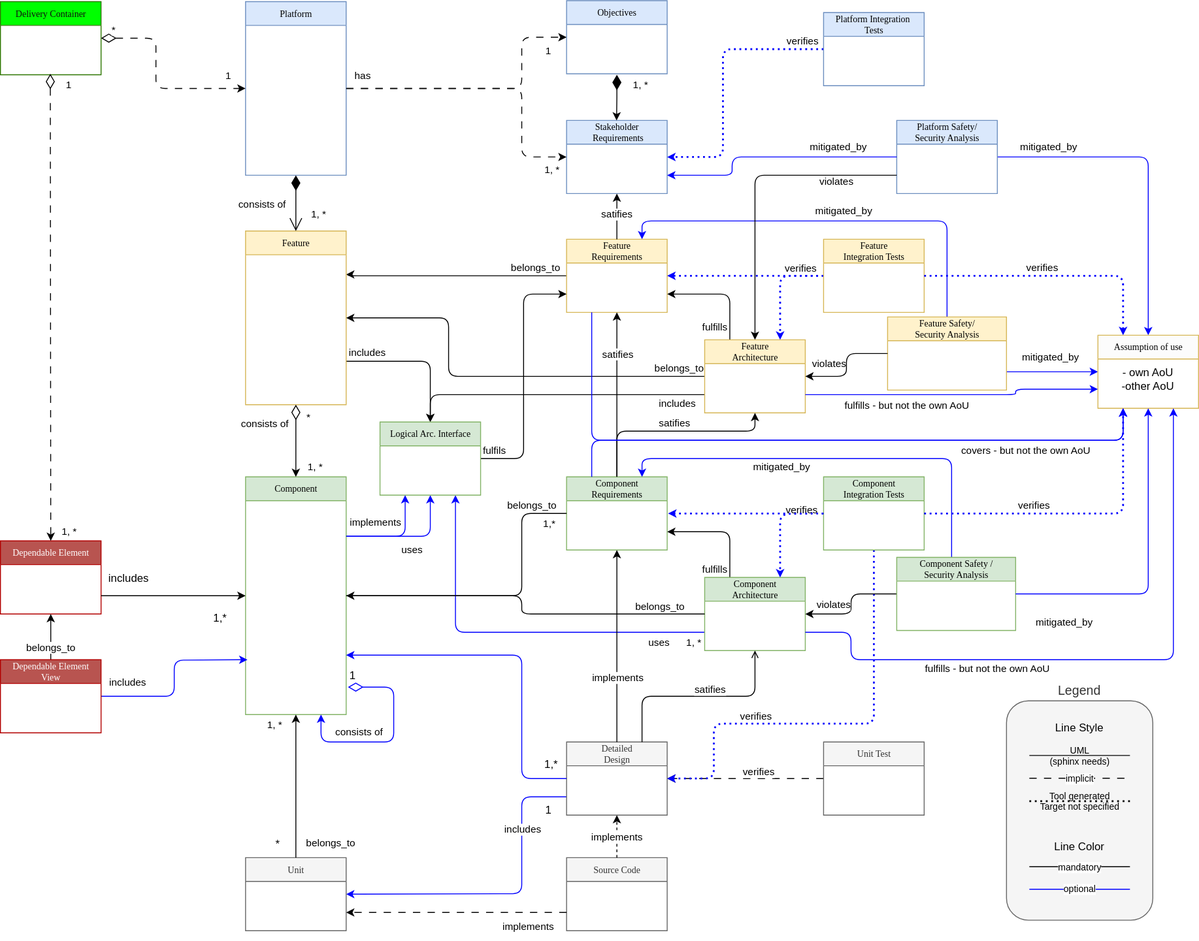
This is main/_images/score_building_blocks_meta_model.drawio.svg from eclipse-score/process_description, a draw.io export, as it was before one commit. Source tidied: cells renumbered, new cells last; positions are measured from the earlier drawing's top-left corner, leaving out a move shared by most shapes.
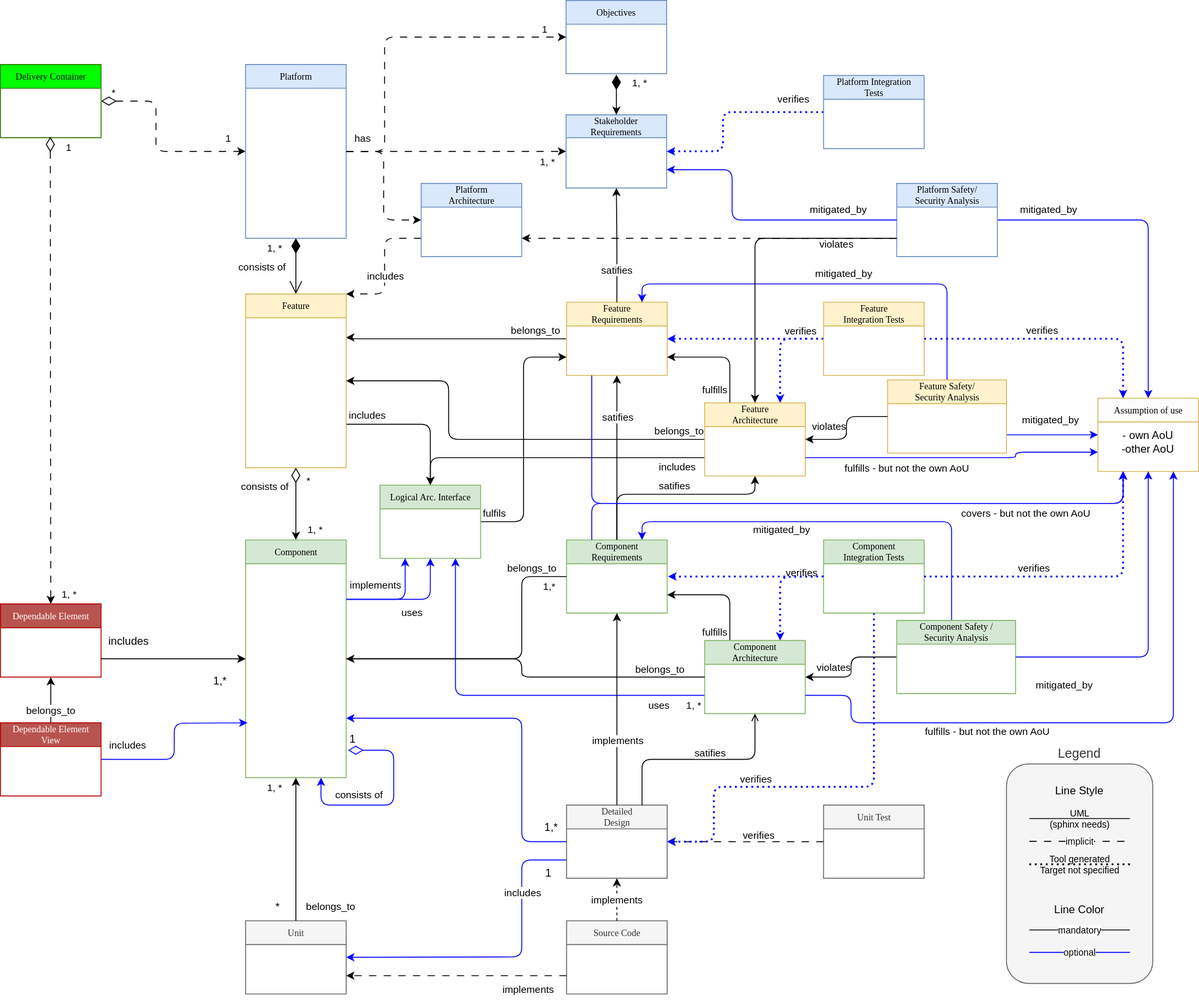
After the change.

Diff of the diagram source:
```diff
@@ -142,36 +142,29 @@
         </Array>
       </mxGeometry>
     </mxCell>
-    <mxCell id="32" value="Stakeholder&lt;br&gt;&amp;nbsp;Requirements" style="swimlane;html=1;fontStyle=0;horizontal=1;startSize=26;fillColor=#dae8fc;swimlaneFillColor=#ffffff;rounded=0;shadow=0;comic=0;labelBackgroundColor=none;strokeWidth=1;fontFamily=Verdana;fontSize=10;align=center;strokeColor=#6c8ebf;" parent="1" vertex="1">
-      <mxGeometry x="619" y="131" width="110" height="80" as="geometry" />
+    <mxCell id="32" value="Stakeholder&lt;br&gt;&amp;nbsp;Requirements" style="swimlane;html=1;fontStyle=0;horizontal=1;startSize=25;fillColor=#dae8fc;swimlaneFillColor=#ffffff;rounded=0;shadow=0;comic=0;labelBackgroundColor=none;strokeWidth=1;fontFamily=Verdana;fontSize=10;align=center;strokeColor=#6c8ebf;" parent="1" vertex="1">
+      <mxGeometry x="618.5" y="56" width="110" height="80" as="geometry" />
     </mxCell>
-    <mxCell id="33" style="edgeStyle=orthogonalEdgeStyle;rounded=0;jettySize=auto;html=1;exitX=0.5;exitY=0;exitDx=0;exitDy=0;endArrow=classic;endFill=1;" parent="32" edge="1" source="11">
-      <mxGeometry relative="1" as="geometry">
-        <mxPoint x="55" y="80" as="targetPoint" />
-      </mxGeometry>
-    </mxCell>
-    <mxCell id="34" value="satifies" style="edgeLabel;html=1;align=center;verticalAlign=middle;" parent="33" vertex="1">
-      <mxGeometry x="0.11" y="1" relative="1" as="geometry" />
-    </mxCell>
     <mxCell id="35" style="endArrow=classic;dashed=1;endFill=1;endSize=6;html=1;rounded=0;fontSize=8;fontColor=#FF0000;exitX=0;exitY=0.75;exitDx=0;exitDy=0;entryX=1;entryY=0.75;entryDx=0;entryDy=0;dashPattern=8 8;" parent="1" edge="1" source="30" target="27">
       <mxGeometry relative="1" as="geometry" />
     </mxCell>
     <mxCell id="36" value="&lt;span style=&quot;color: rgb(0, 0, 0); font-size: 11px; background-color: rgb(255, 255, 255);&quot;&gt;implements&lt;/span&gt;" style="text;html=1;align=center;verticalAlign=middle;strokeColor=none;fillColor=none;fontSize=8;fontColor=#FF0000;" parent="1" vertex="1">
       <mxGeometry x="537" y="997.5" width="80" height="30" as="geometry" />
     </mxCell>
-    <mxCell id="37" style="edgeStyle=orthogonalEdgeStyle;rounded=1;jettySize=auto;html=1;entryX=0;entryY=0.5;entryDx=0;entryDy=0;curved=0;dashed=1;dashPattern=8 8;" parent="1" edge="1" source="38" target="32">
-      <mxGeometry relative="1" as="geometry">
-        <Array as="points">
-          <mxPoint x="570" y="96" />
-          <mxPoint x="570" y="171" />
-        </Array>
-      </mxGeometry>
+    <mxCell id="37" style="rounded=1;jettySize=auto;html=1;entryX=0;entryY=0.5;entryDx=0;entryDy=0;dashed=1;dashPattern=8 8;exitX=1;exitY=0.5;exitDx=0;exitDy=0;" parent="1" edge="1" source="38" target="32">
+      <mxGeometry relative="1" as="geometry" />
     </mxCell>
+    <mxCell id="140" value="1, *" style="edgeLabel;html=1;align=center;verticalAlign=top;" parent="37" vertex="1">
+      <mxGeometry x="0.82" y="1" relative="1" as="geometry" />
+    </mxCell>
+    <mxCell id="141" style="edgeStyle=orthogonalEdgeStyle;html=1;exitX=1;exitY=0.5;exitDx=0;exitDy=0;entryX=0;entryY=0.5;entryDx=0;entryDy=0;rounded=1;dashed=1;dashPattern=8 8;strokeColor=default;align=center;verticalAlign=middle;fontFamily=Helvetica;fontSize=11;fontColor=default;labelBackgroundColor=default;endArrow=classic;" parent="1" edge="1" source="38" target="145">
+      <mxGeometry relative="1" as="geometry" />
+    </mxCell>
     <mxCell id="38" value="Platform" style="swimlane;html=1;fontStyle=0;horizontal=1;startSize=26;fillColor=#dae8fc;swimlaneFillColor=#ffffff;rounded=0;shadow=0;comic=0;labelBackgroundColor=none;strokeWidth=1;fontFamily=Verdana;fontSize=10;align=center;strokeColor=#6c8ebf;" parent="1" vertex="1">
       <mxGeometry x="268" y="1" width="110" height="190" as="geometry" />
     </mxCell>
     <mxCell id="39" value="1, *" style="endArrow=open;html=1;endSize=12;startArrow=diamondThin;startSize=14;startFill=1;edgeStyle=orthogonalEdgeStyle;align=left;verticalAlign=bottom;rounded=0;exitX=0.5;exitY=1;exitDx=0;exitDy=0;entryX=0.5;entryY=0;entryDx=0;entryDy=0;" parent="1" edge="1" source="38" target="7">
-      <mxGeometry x="0.71" y="15" relative="1" as="geometry" />
+      <mxGeometry x="-0.34" y="-33" relative="1" as="geometry" />
     </mxCell>
     <mxCell id="40" value="consists of" style="edgeLabel;html=1;align=center;verticalAlign=middle;" parent="1" vertex="1">
       <mxGeometry x="288" y="371" as="geometry">
@@ -185,31 +178,29 @@
     </mxCell>
     <mxCell id="42" value="1, *" style="edgeLabel;html=1;align=center;verticalAlign=middle;" parent="1" vertex="1">
       <mxGeometry x="614" y="341" as="geometry">
-        <mxPoint x="-12" y="-157" as="offset" />
+        <mxPoint x="-91" y="-159" as="offset" />
       </mxGeometry>
     </mxCell>
     <mxCell id="43" value="Objectives" style="swimlane;html=1;fontStyle=0;horizontal=1;startSize=26;fillColor=#dae8fc;swimlaneFillColor=#ffffff;rounded=0;shadow=0;comic=0;labelBackgroundColor=none;strokeWidth=1;fontFamily=Verdana;fontSize=10;align=center;strokeColor=#6c8ebf;" parent="1" vertex="1">
-      <mxGeometry x="619" width="110" height="80" as="geometry" />
+      <mxGeometry x="618.5" y="-69" width="110" height="80" as="geometry" />
     </mxCell>
     <mxCell id="44" style="edgeStyle=orthogonalEdgeStyle;rounded=1;jettySize=auto;html=1;entryX=0;entryY=0.5;entryDx=0;entryDy=0;exitX=1;exitY=0.5;exitDx=0;exitDy=0;curved=0;dashed=1;dashPattern=8 8;" parent="1" edge="1" source="38" target="43">
       <mxGeometry relative="1" as="geometry">
         <Array as="points">
-          <mxPoint x="570" y="96" />
-          <mxPoint x="570" y="40" />
+          <mxPoint x="420" y="96" />
+          <mxPoint x="420" y="-29" />
         </Array>
       </mxGeometry>
     </mxCell>
-    <mxCell id="45" value="1" style="edgeLabel;html=1;align=center;verticalAlign=middle;" parent="1" vertex="1">
-      <mxGeometry x="610.6" y="211" as="geometry">
-        <mxPoint x="-12" y="-157" as="offset" />
-      </mxGeometry>
+    <mxCell id="45" value="1" style="edgeLabel;html=1;align=center;verticalAlign=bottom;" parent="44" vertex="1">
+      <mxGeometry x="0.87" relative="1" as="geometry" />
     </mxCell>
-    <mxCell id="46" value="1, *" style="endArrow=classic;html=1;endSize=6;startArrow=diamondThin;startSize=14;startFill=1;edgeStyle=orthogonalEdgeStyle;align=left;verticalAlign=bottom;rounded=0;entryX=0.5;entryY=0;entryDx=0;entryDy=0;endFill=1;" parent="1" edge="1">
+    <mxCell id="46" value="1, *" style="endArrow=classic;html=1;endSize=6;startArrow=diamondThin;startSize=14;startFill=1;edgeStyle=orthogonalEdgeStyle;align=left;verticalAlign=bottom;rounded=0;entryX=0.5;entryY=0;entryDx=0;entryDy=0;endFill=1;" parent="1" edge="1" target="32">
       <mxGeometry x="-0.2" y="16" relative="1" as="geometry">
-        <mxPoint x="674" y="81" as="sourcePoint" />
-        <mxPoint x="673.7" y="131" as="targetPoint" />
+        <mxPoint x="673.5" y="12" as="sourcePoint" />
         <Array as="points">
-          <mxPoint x="674" y="106" />
+          <mxPoint x="674" y="37" />
+          <mxPoint x="673" y="56" />
         </Array>
       </mxGeometry>
     </mxCell>
@@ -360,7 +351,7 @@
       <mxGeometry relative="1" as="geometry">
         <Array as="points">
           <mxPoint x="790" y="53" />
-          <mxPoint x="790" y="171" />
+          <mxPoint x="790" y="96" />
         </Array>
       </mxGeometry>
     </mxCell>
@@ -377,7 +368,7 @@
       <mxGeometry x="900" y="261" width="110" height="80" as="geometry" />
     </mxCell>
     <mxCell id="81" value="verifies" style="edgeLabel;html=1;align=center;verticalAlign=middle;" parent="1" vertex="1">
-      <mxGeometry x="760" y="166" as="geometry">
+      <mxGeometry x="750" y="161" as="geometry">
         <mxPoint x="116" y="-123" as="offset" />
       </mxGeometry>
     </mxCell>
@@ -489,6 +480,14 @@
         <mxPoint x="980" y="171" as="targetPoint" />
       </mxGeometry>
     </mxCell>
+    <mxCell id="142" style="edgeStyle=orthogonalEdgeStyle;html=1;exitX=0;exitY=0.75;exitDx=0;exitDy=0;entryX=1;entryY=0.75;entryDx=0;entryDy=0;rounded=1;dashed=1;dashPattern=8 8;strokeColor=default;align=center;verticalAlign=middle;fontFamily=Helvetica;fontSize=11;fontColor=default;labelBackgroundColor=default;endArrow=classic;" parent="1" edge="1" source="105" target="145">
+      <mxGeometry relative="1" as="geometry">
+        <Array as="points">
+          <mxPoint x="700" y="191" />
+          <mxPoint x="700" y="191" />
+        </Array>
+      </mxGeometry>
+    </mxCell>
     <mxCell id="105" value="Platform Safety/&lt;br&gt;Security Analysis" style="swimlane;html=1;fontStyle=0;horizontal=1;startSize=26;fillColor=#dae8fc;swimlaneFillColor=#ffffff;rounded=0;shadow=0;comic=0;labelBackgroundColor=none;strokeWidth=1;fontFamily=Verdana;fontSize=10;align=center;strokeColor=#6c8ebf;" parent="1" vertex="1">
       <mxGeometry x="980" y="131" width="110" height="80" as="geometry" />
     </mxCell>
@@ -496,7 +495,7 @@
       <mxGeometry relative="1" as="geometry">
         <Array as="points">
           <mxPoint x="800" y="171" />
-          <mxPoint x="800" y="191" />
+          <mxPoint x="800" y="116" />
         </Array>
       </mxGeometry>
     </mxCell>
@@ -669,5 +668,27 @@
     <mxCell id="139" value="covers - but not the own AoU" style="edgeLabel;html=1;align=center;verticalAlign=middle;" parent="1" vertex="1">
       <mxGeometry x="1120" y="491" as="geometry" />
     </mxCell>
+    <mxCell id="143" style="edgeStyle=orthogonalEdgeStyle;html=1;exitX=0;exitY=0.75;exitDx=0;exitDy=0;entryX=1;entryY=0;entryDx=0;entryDy=0;rounded=1;dashed=1;dashPattern=8 8;strokeColor=default;align=center;verticalAlign=middle;fontFamily=Helvetica;fontSize=11;fontColor=default;labelBackgroundColor=default;endArrow=classic;" parent="1" edge="1" source="145" target="7">
+      <mxGeometry relative="1" as="geometry">
+        <Array as="points">
+          <mxPoint x="420" y="191" />
+          <mxPoint x="420" y="252" />
+        </Array>
+      </mxGeometry>
+    </mxCell>
+    <mxCell id="144" value="includes" style="edgeLabel;html=1;align=center;verticalAlign=middle;rounded=1;dashed=1;dashPattern=8 8;strokeColor=default;fontFamily=Helvetica;fontSize=11;fontColor=default;labelBackgroundColor=default;" parent="143" vertex="1">
+      <mxGeometry x="0.13" relative="1" as="geometry" />
+    </mxCell>
+    <mxCell id="145" value="Platform&lt;br&gt;Architecture" style="swimlane;html=1;fontStyle=0;horizontal=1;startSize=26;fillColor=#dae8fc;swimlaneFillColor=#ffffff;rounded=0;shadow=0;comic=0;labelBackgroundColor=none;strokeWidth=1;fontFamily=Verdana;fontSize=10;align=center;strokeColor=#6c8ebf;" parent="1" vertex="1">
+      <mxGeometry x="460" y="131" width="110" height="80" as="geometry" />
+    </mxCell>
+    <mxCell id="33" style="edgeStyle=orthogonalEdgeStyle;rounded=0;jettySize=auto;html=1;exitX=0.5;exitY=0;exitDx=0;exitDy=0;endArrow=classic;endFill=1;entryX=0.5;entryY=1;entryDx=0;entryDy=0;" parent="1" edge="1" source="11" target="32">
+      <mxGeometry relative="1" as="geometry" />
+    </mxCell>
+    <mxCell id="34" value="satifies" style="edgeLabel;html=1;align=center;verticalAlign=middle;" parent="33" vertex="1">
+      <mxGeometry x="0.11" y="1" relative="1" as="geometry">
+        <mxPoint x="1" y="34" as="offset" />
+      </mxGeometry>
+    </mxCell>
   </root>
 </mxGraphModel>
```
